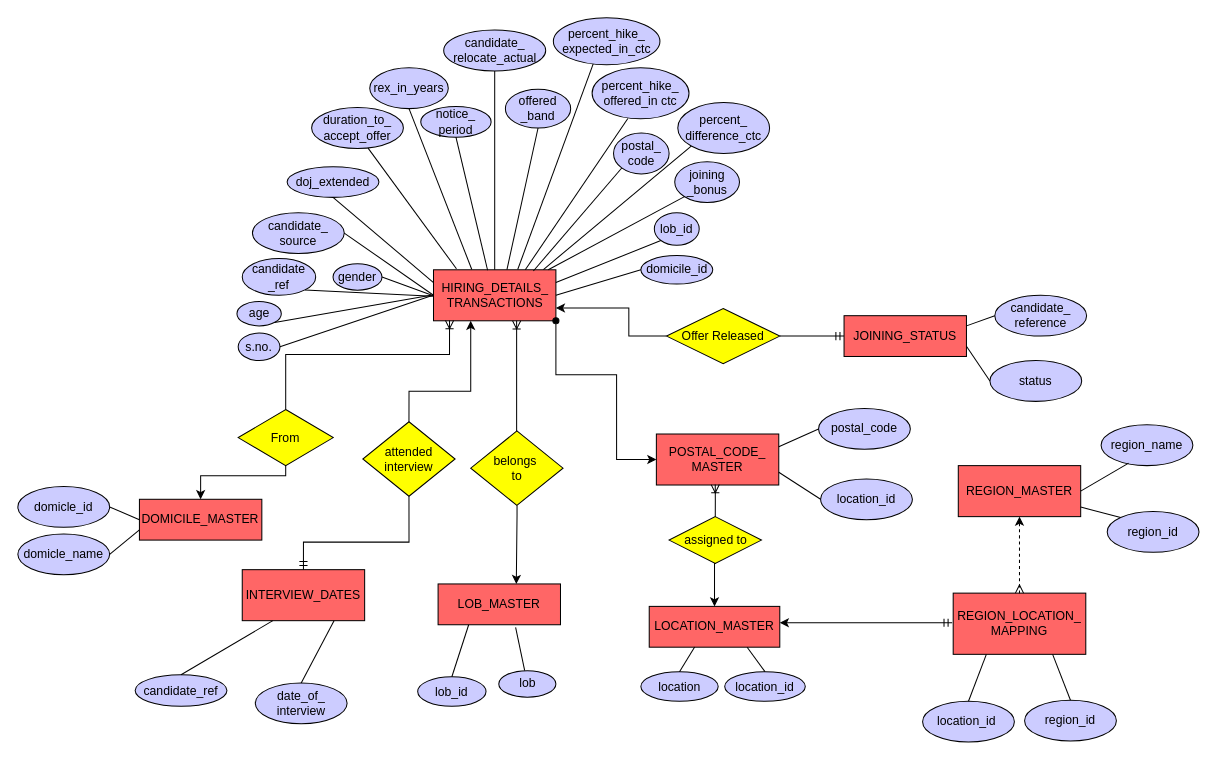
Earlier version of the draw.io diagram Untitled Diagram.drawio (gsrRogers/VatsDeloitte). Source tidied: cells renumbered, new cells numbered last; positions are measured from the earlier drawing's top-left corner, leaving out a move shared by most shapes. Both pictures are drawn from the tidied source at 102%, with x=0, y=0 at pixel (17, 17).
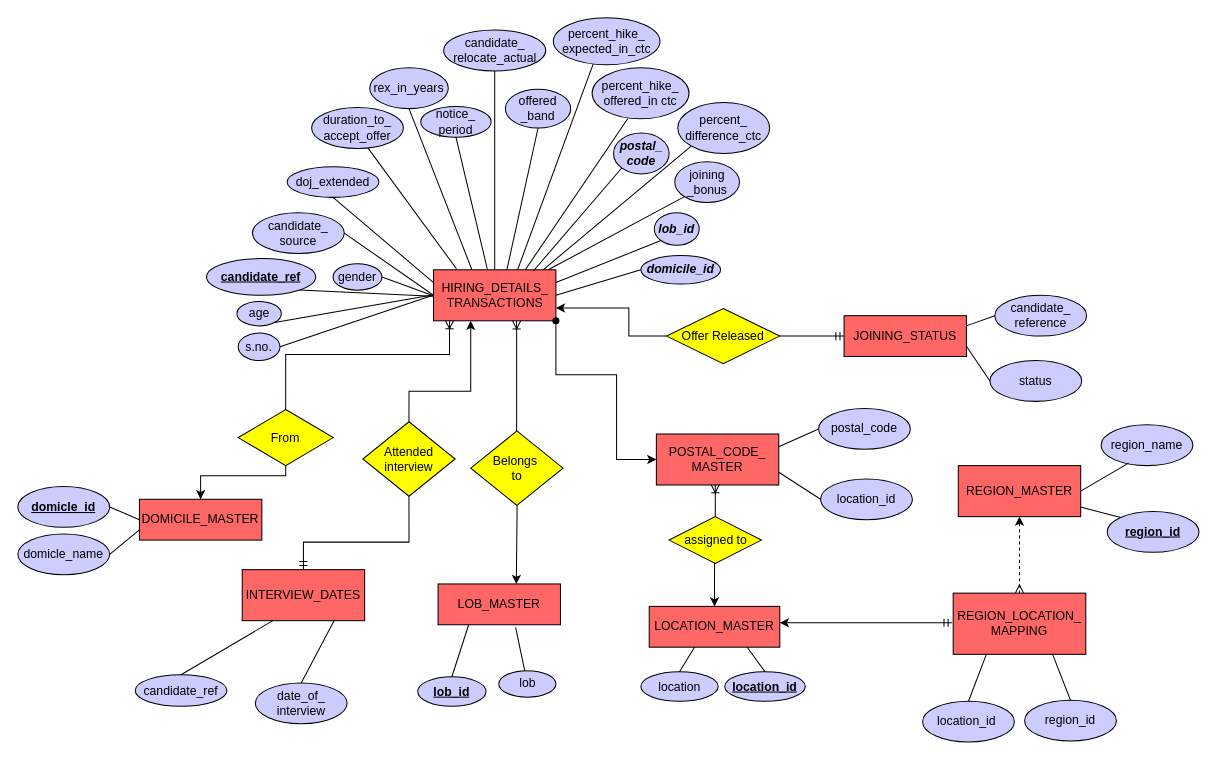
Above is the later version.

Diff of the diagram source:
```diff
@@
-    <mxCell id="12" value="candidate&lt;br&gt;_ref" style="ellipse;whiteSpace=wrap;html=1;fillColor=#CCCCFF;" parent="1" vertex="1">
-      <mxGeometry x="220" y="236" width="72" height="36" as="geometry" />
+    <mxCell id="12" value="&lt;u&gt;&lt;b&gt;candidate_ref&lt;/b&gt;&lt;/u&gt;" style="ellipse;whiteSpace=wrap;html=1;fillColor=#CCCCFF;" parent="1" vertex="1">
+      <mxGeometry x="185" y="236" width="107" height="36" as="geometry" />
     </mxCell>
@@
-    <mxCell id="23" value="domicile_id" style="ellipse;whiteSpace=wrap;html=1;fillColor=#CCCCFF;" parent="1" vertex="1">
-      <mxGeometry x="610.8" y="233" width="70.5" height="28" as="geometry" />
+    <mxCell id="23" value="&lt;i&gt;&lt;b&gt;domicile_id&lt;/b&gt;&lt;/i&gt;" style="ellipse;whiteSpace=wrap;html=1;fillColor=#CCCCFF;" parent="1" vertex="1">
+      <mxGeometry x="610.8" y="233" width="78.2" height="28" as="geometry" />
     </mxCell>
-    <mxCell id="24" value="lob_id" style="ellipse;whiteSpace=wrap;html=1;fillColor=#CCCCFF;" parent="1" vertex="1">
+    <mxCell id="24" value="&lt;i&gt;&lt;b&gt;lob_id&lt;/b&gt;&lt;/i&gt;" style="ellipse;whiteSpace=wrap;html=1;fillColor=#CCCCFF;" parent="1" vertex="1">
       <mxGeometry x="624" y="191" width="44" height="32" as="geometry" />
     </mxCell>
-    <mxCell id="25" value="postal_&lt;br&gt;code" style="ellipse;whiteSpace=wrap;html=1;fillColor=#CCCCFF;" parent="1" vertex="1">
+    <mxCell id="25" value="&lt;i&gt;&lt;b&gt;postal_&lt;br&gt;code&lt;/b&gt;&lt;/i&gt;" style="ellipse;whiteSpace=wrap;html=1;fillColor=#CCCCFF;" parent="1" vertex="1">
       <mxGeometry x="584" y="113" width="54.5" height="40" as="geometry" />
     </mxCell>
@@
-    <mxCell id="31" value="lob_id" style="ellipse;whiteSpace=wrap;html=1;fillColor=#CCCCFF;" parent="1" vertex="1">
+    <mxCell id="31" value="&lt;u&gt;&lt;b&gt;lob_id&lt;/b&gt;&lt;/u&gt;" style="ellipse;whiteSpace=wrap;html=1;fillColor=#CCCCFF;" parent="1" vertex="1">
       <mxGeometry x="392" y="646" width="67" height="29" as="geometry" />
     </mxCell>
@@
-    <mxCell id="33" value="domicle_id" style="ellipse;whiteSpace=wrap;html=1;fillColor=#CCCCFF;" parent="1" vertex="1">
+    <mxCell id="33" value="&lt;u&gt;&lt;b&gt;domicle_id&lt;/b&gt;&lt;/u&gt;" style="ellipse;whiteSpace=wrap;html=1;fillColor=#CCCCFF;" parent="1" vertex="1">
       <mxGeometry y="459.5" width="90" height="40" as="geometry" />
     </mxCell>
@@
-    <mxCell id="35" value="region_id" style="ellipse;whiteSpace=wrap;html=1;fillColor=#CCCCFF;" parent="1" vertex="1">
+    <mxCell id="35" value="&lt;u&gt;&lt;b&gt;region_id&lt;/b&gt;&lt;/u&gt;" style="ellipse;whiteSpace=wrap;html=1;fillColor=#CCCCFF;" parent="1" vertex="1">
       <mxGeometry x="1068" y="484" width="90" height="40" as="geometry" />
     </mxCell>
@@
-    <mxCell id="39" value="location_id" style="ellipse;whiteSpace=wrap;html=1;fillColor=#CCCCFF;" parent="1" vertex="1">
+    <mxCell id="39" value="&lt;u&gt;&lt;b&gt;location_id&lt;/b&gt;&lt;/u&gt;" style="ellipse;whiteSpace=wrap;html=1;fillColor=#CCCCFF;" parent="1" vertex="1">
       <mxGeometry x="693" y="641" width="79" height="29" as="geometry" />
     </mxCell>
@@
-    <mxCell id="79" value="attended interview" style="rhombus;whiteSpace=wrap;html=1;fillColor=#FFFF00;" parent="1" vertex="1">
+    <mxCell id="79" value="Attended interview" style="rhombus;whiteSpace=wrap;html=1;fillColor=#FFFF00;" parent="1" vertex="1">
       <mxGeometry x="338.2" y="396" width="90.5" height="73" as="geometry" />
     </mxCell>
@@
-    <mxCell id="81" value="belongs&amp;nbsp;&lt;br&gt;to" style="rhombus;whiteSpace=wrap;html=1;fillColor=#FFFF00;" parent="1" vertex="1">
+    <mxCell id="81" value="Belongs&amp;nbsp;&lt;br&gt;to" style="rhombus;whiteSpace=wrap;html=1;fillColor=#FFFF00;" parent="1" vertex="1">
       <mxGeometry x="444" y="405" width="90.5" height="73" as="geometry" />
     </mxCell>
```
